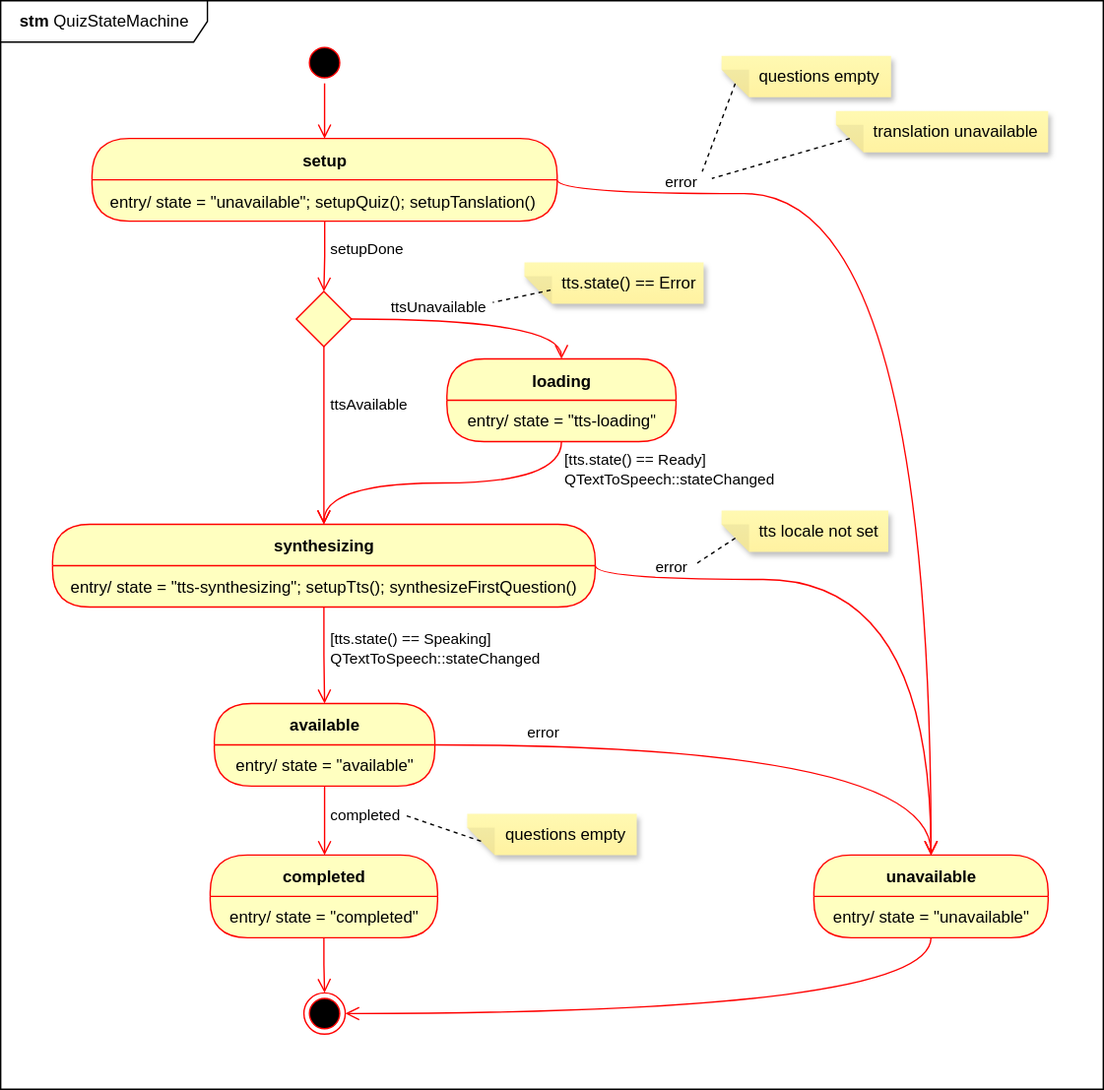
The draw.io diagram doc/quiz-state-machine_light.svg in xnelma/oral-times-tables-quiz, before a commit. Source tidied: cells renumbered, new cells last; positions are measured from the earlier drawing's top-left corner, leaving out a move shared by most shapes.
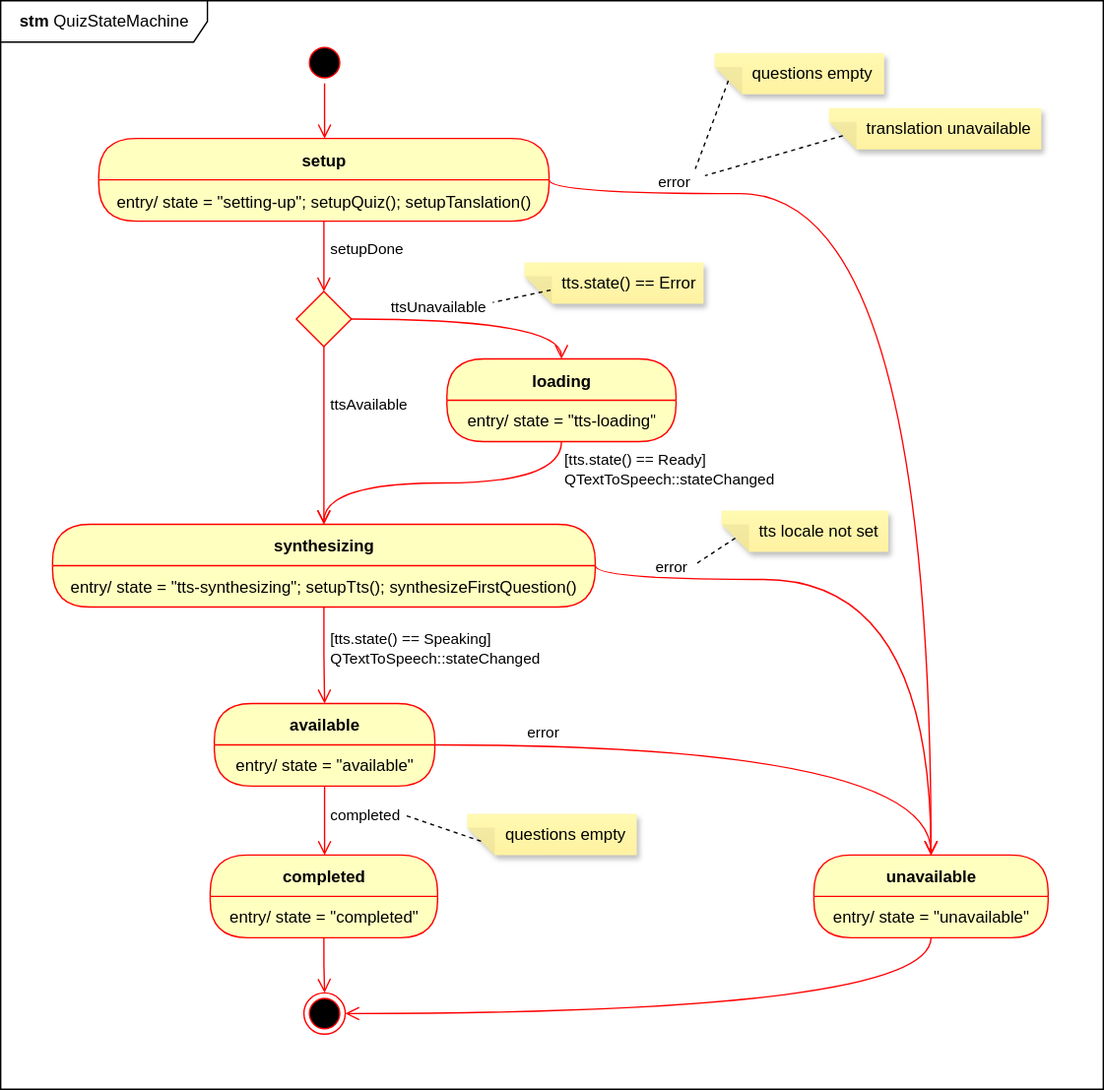
After the commit.

Commit message:
chore: update state diagram for added ui state 'setting-up'

The edit, as a diff of the source:
```diff
@@ -11,10 +11,10 @@
       </mxGeometry>
     </mxCell>
     <mxCell id="4" value="setup" style="swimlane;fontStyle=1;align=center;verticalAlign=middle;horizontal=1;startSize=30;fontColor=#000000;rounded=1;arcSize=30;strokeColor=#ff0000;fillColor=#ffffc0;swimlaneFillColor=#ffffc0;" parent="1" vertex="1">
-      <mxGeometry x="66.2" y="100" width="337.5" height="60" as="geometry" />
+      <mxGeometry x="71.1" y="100" width="326.8" height="60" as="geometry" />
     </mxCell>
-    <mxCell id="5" value="entry/ state = &quot;unavailable&quot;; setupQuiz(); setupTanslation()" style="text;strokeColor=none;fillColor=none;align=left;verticalAlign=middle;spacingLeft=11;spacingRight=4;overflow=hidden;fontColor=#000000;" parent="4" vertex="1">
-      <mxGeometry y="30" width="337.5" height="30" as="geometry" />
+    <mxCell id="5" value="entry/ state = &quot;setting-up&quot;; setupQuiz(); setupTanslation()" style="text;strokeColor=none;fillColor=none;align=left;verticalAlign=middle;spacingLeft=11;spacingRight=4;overflow=hidden;fontColor=#000000;" parent="4" vertex="1">
+      <mxGeometry y="30" width="326.8" height="30" as="geometry" />
     </mxCell>
     <mxCell id="6" style="edgeStyle=orthogonalEdgeStyle;html=1;verticalAlign=bottom;endArrow=open;endSize=8;strokeColor=#ff0000;rounded=0;" parent="1" edge="1" source="4" target="8">
       <mxGeometry relative="1" as="geometry" />
@@ -106,7 +106,7 @@
     <mxCell id="30" value="error" style="edgeStyle=orthogonalEdgeStyle;html=1;align=left;verticalAlign=bottom;endArrow=open;endSize=8;strokeColor=#ff0000;rounded=0;exitX=1;exitY=0;exitDx=0;exitDy=0;entryX=0.5;entryY=0;entryDx=0;entryDy=0;curved=1;" parent="1" edge="1" source="5" target="27">
       <mxGeometry x="-0.77" relative="1" as="geometry">
         <Array as="points">
-          <mxPoint x="404" y="140" />
+          <mxPoint x="398" y="140" />
           <mxPoint x="675" y="140" />
         </Array>
       </mxGeometry>
@@ -122,19 +122,19 @@
       </mxGeometry>
     </mxCell>
     <mxCell id="33" value="translation unavailable" style="shape=note;whiteSpace=wrap;html=1;backgroundOutline=1;fontColor=#000000;darkOpacity=0.05;fillColor=#FFF9B2;strokeColor=none;fillStyle=solid;direction=west;gradientDirection=north;gradientColor=#FFF2A1;shadow=1;size=20;align=left;spacingLeft=25;" parent="1" vertex="1">
-      <mxGeometry x="606" y="80" width="154" height="30" as="geometry" />
+      <mxGeometry x="601" y="78" width="154" height="30" as="geometry" />
     </mxCell>
     <mxCell id="34" style="rounded=0;jettySize=auto;html=1;exitX=0;exitY=0;exitDx=113;exitDy=10;exitPerimeter=0;endArrow=none;endFill=0;dashed=1;" parent="1" edge="1" source="35">
       <mxGeometry relative="1" as="geometry">
-        <mxPoint x="509" y="124" as="targetPoint" />
+        <mxPoint x="504" y="122" as="targetPoint" />
       </mxGeometry>
     </mxCell>
     <mxCell id="35" value="questions empty" style="shape=note;whiteSpace=wrap;html=1;backgroundOutline=1;fontColor=#000000;darkOpacity=0.05;fillColor=#FFF9B2;strokeColor=none;fillStyle=solid;direction=west;gradientDirection=north;gradientColor=#FFF2A1;shadow=1;size=20;align=left;spacingLeft=25;" parent="1" vertex="1">
-      <mxGeometry x="523" y="40" width="123" height="30" as="geometry" />
+      <mxGeometry x="518" y="38" width="123" height="30" as="geometry" />
     </mxCell>
     <mxCell id="36" style="rounded=0;jettySize=auto;html=1;exitX=0;exitY=0;exitDx=144;exitDy=10;exitPerimeter=0;endArrow=none;endFill=0;dashed=1;" parent="1" edge="1" source="33">
       <mxGeometry relative="1" as="geometry">
-        <mxPoint x="516" y="129" as="targetPoint" />
+        <mxPoint x="511" y="127" as="targetPoint" />
       </mxGeometry>
     </mxCell>
     <mxCell id="37" value="tts locale not set" style="shape=note;whiteSpace=wrap;html=1;backgroundOutline=1;fontColor=#000000;darkOpacity=0.05;fillColor=#FFF9B2;strokeColor=none;fillStyle=solid;direction=west;gradientDirection=north;gradientColor=#FFF2A1;shadow=1;size=20;align=left;spacingLeft=25;" parent="1" vertex="1">
```
